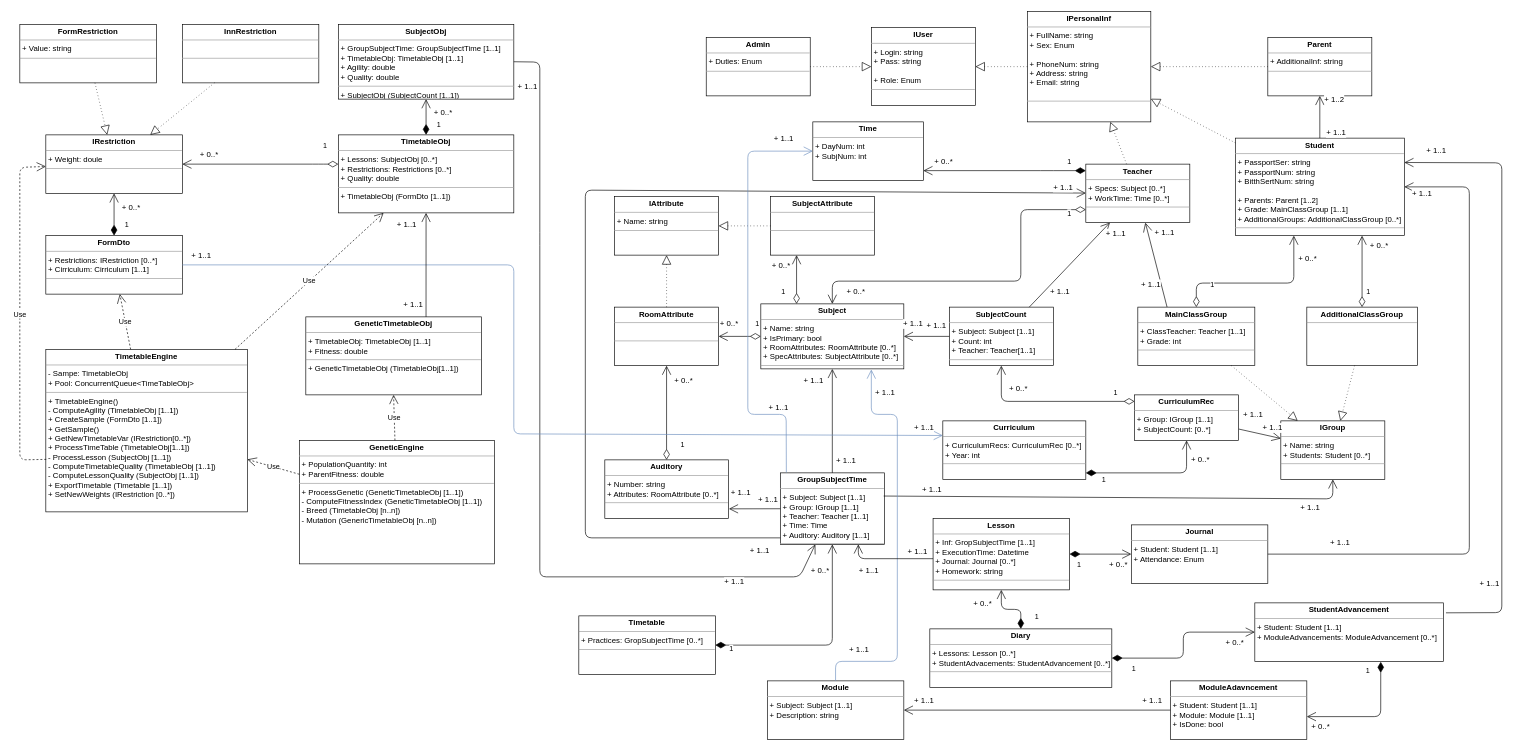
This is EF-4.drawio from Timur-Faskhutdinov/E-education_TF, a draw.io file, before an edit. Source tidied: cells renumbered, new cells numbered last; positions are measured from the earlier drawing's top-left corner, leaving out a move shared by most shapes. Both pictures are drawn from the tidied source at 65%, with x=0, y=0 at pixel (20, 11).
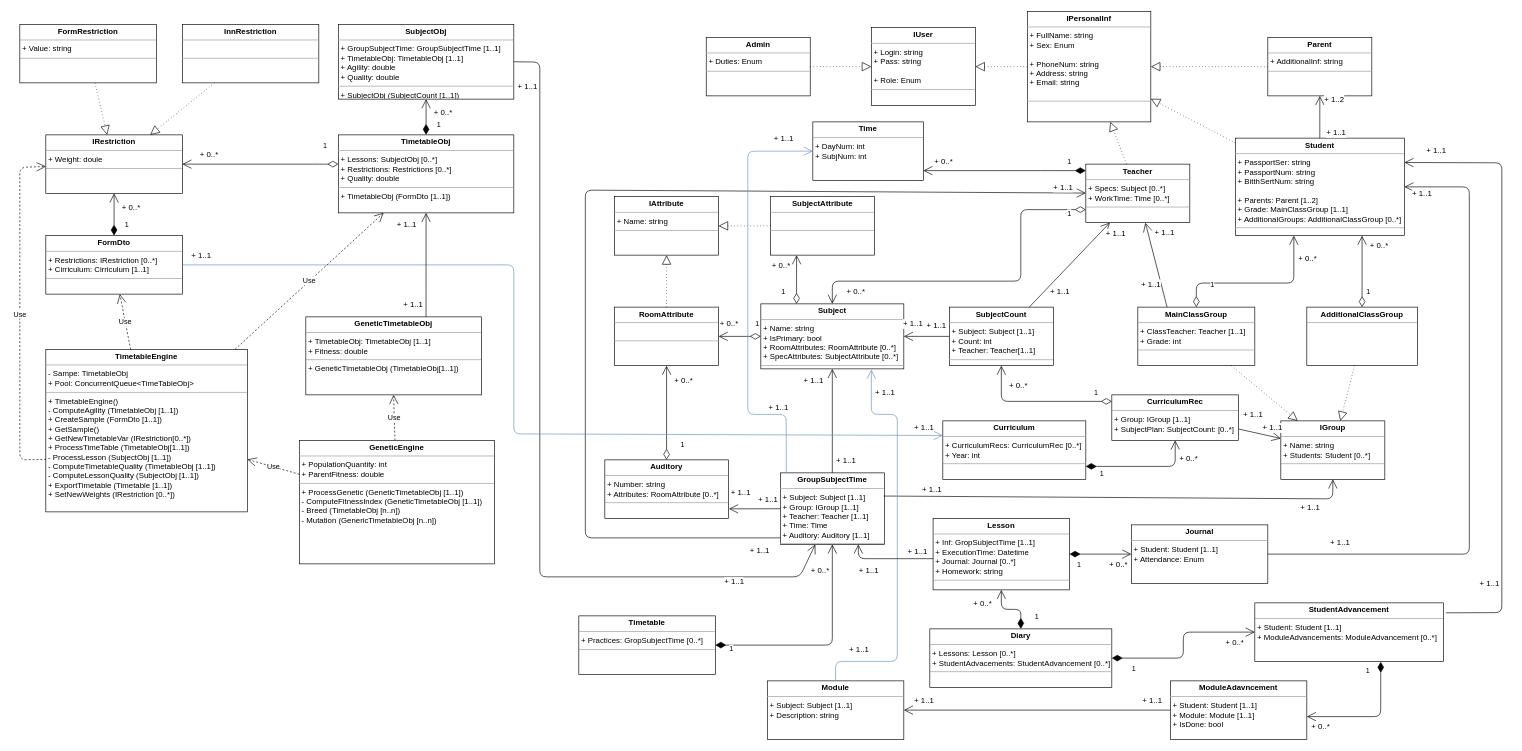
The same diagram, later.

The change refers to these unchanged cells:
```xml
<mxCell id="19" value="&lt;p style=&quot;margin: 0px ; margin-top: 4px ; text-align: center&quot;&gt;&lt;b&gt;Сurriculum&lt;/b&gt;&lt;br&gt;&lt;/p&gt;&lt;hr size=&quot;1&quot;&gt;&lt;p style=&quot;margin: 0px ; margin-left: 4px&quot;&gt;+ CurriculumRecs: CurriculumRec [0..*]&lt;/p&gt;&lt;p style=&quot;margin: 0px ; margin-left: 4px&quot;&gt;+ Year: int&lt;/p&gt;&lt;hr size=&quot;1&quot;&gt;&lt;p style=&quot;margin: 0px ; margin-left: 4px&quot;&gt;&lt;br&gt;&lt;/p&gt;" style="verticalAlign=top;align=left;overflow=fill;fontSize=12;fontFamily=Helvetica;html=1;" parent="1" vertex="1">
  <mxGeometry x="1420" y="630" width="220" height="90" as="geometry" />
</mxCell>
```

Diff of the diagram source:
```diff
@@
-    <mxCell id="139" value="&lt;p style=&quot;margin: 0px ; margin-top: 4px ; text-align: center&quot;&gt;&lt;b&gt;СurriculumRec&lt;/b&gt;&lt;br&gt;&lt;/p&gt;&lt;hr size=&quot;1&quot;&gt;&lt;p style=&quot;margin: 0px ; margin-left: 4px&quot;&gt;+ Group: IGroup [1..1]&lt;br&gt;&lt;/p&gt;&lt;p style=&quot;margin: 0px ; margin-left: 4px&quot;&gt;+ SubjectCount: [0..*]&lt;/p&gt;&lt;p style=&quot;margin: 0px ; margin-left: 4px&quot;&gt;&lt;br&gt;&lt;/p&gt;" style="verticalAlign=top;align=left;overflow=fill;fontSize=12;fontFamily=Helvetica;html=1;" parent="1" vertex="1">
-      <mxGeometry x="1715" y="590" width="160" height="70" as="geometry" />
+    <mxCell id="139" value="&lt;p style=&quot;margin: 0px ; margin-top: 4px ; text-align: center&quot;&gt;&lt;b&gt;СurriculumRec&lt;/b&gt;&lt;br&gt;&lt;/p&gt;&lt;hr size=&quot;1&quot;&gt;&lt;p style=&quot;margin: 0px ; margin-left: 4px&quot;&gt;+ Group: IGroup [1..1]&lt;br&gt;&lt;/p&gt;&lt;p style=&quot;margin: 0px ; margin-left: 4px&quot;&gt;+ SubjectPlan: SubjectCount: [0..*]&lt;/p&gt;&lt;p style=&quot;margin: 0px ; margin-left: 4px&quot;&gt;&lt;br&gt;&lt;/p&gt;" style="verticalAlign=top;align=left;overflow=fill;fontSize=12;fontFamily=Helvetica;html=1;" parent="1" vertex="1">
+      <mxGeometry x="1680" y="590" width="195" height="70" as="geometry" />
     </mxCell>
     <mxCell id="140" value="1" style="endArrow=open;html=1;endSize=12;startArrow=diamondThin;startSize=14;startFill=1;edgeStyle=orthogonalEdgeStyle;align=left;verticalAlign=bottom;entryX=0.5;entryY=1;entryDx=0;entryDy=0;" parent="1" edge="1" source="19" target="139">
       <mxGeometry x="-0.78" y="-20" relative="1" as="geometry">
         <Array as="points">
-          <mxPoint x="1795" y="710" />
+          <mxPoint x="1778" y="700" />
         </Array>
       </mxGeometry>
     </mxCell>
```
